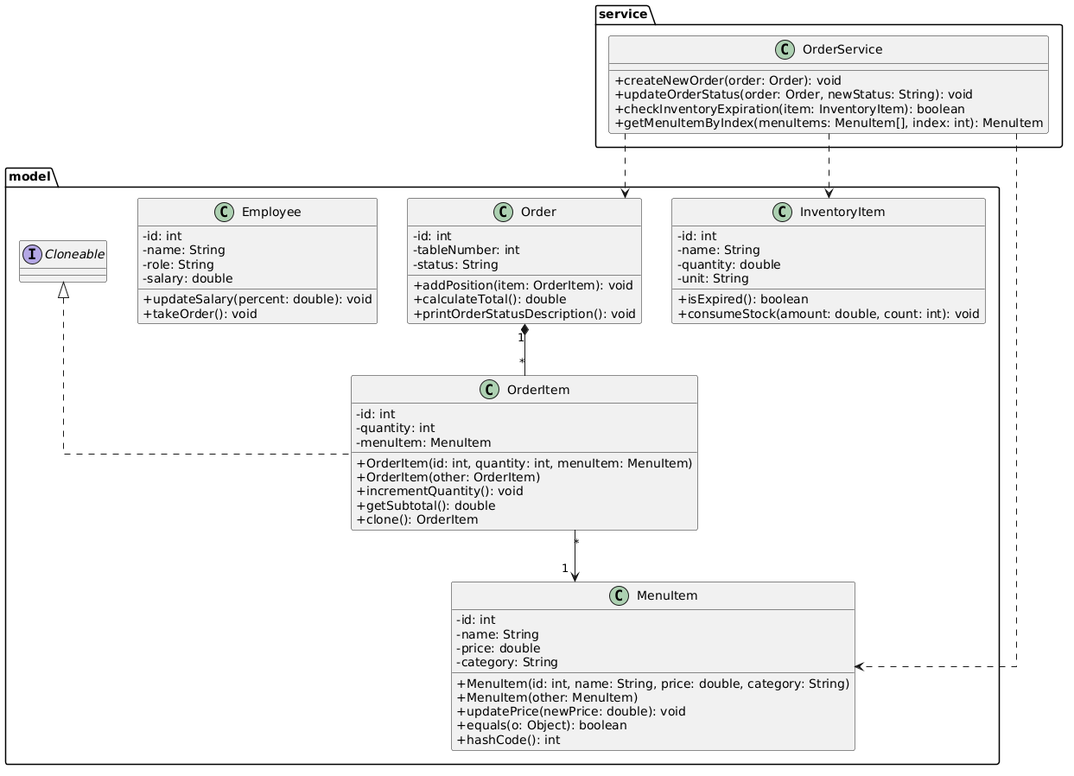
Above: doc/class_diagram.png in NCJavaCode/Java26_Sukhova (PlantUML), before the change.
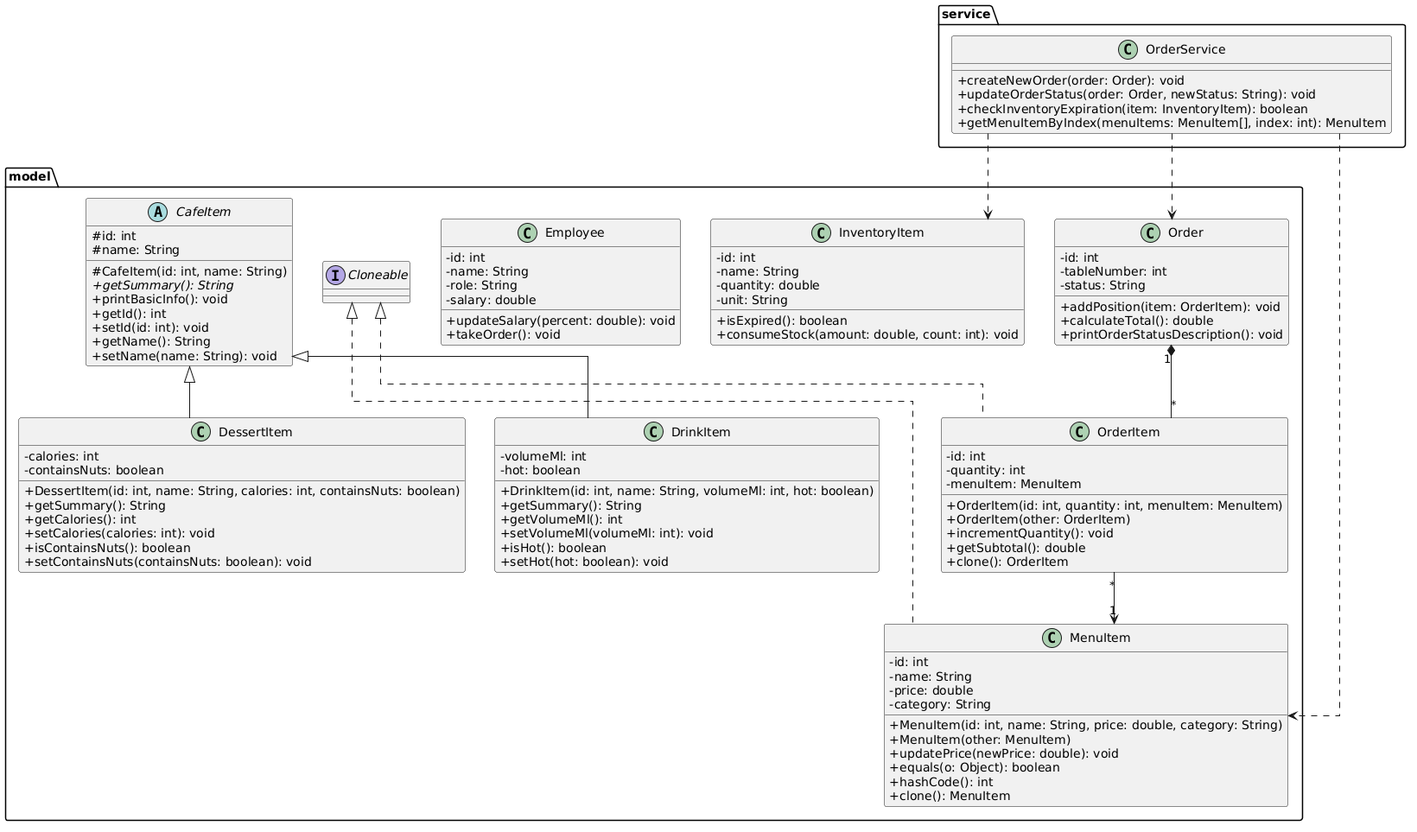
After the commit.

Commit message:
Реалізувала принципи інкапсуляції, абстрагування та спадкування. Оновила UML-діаграму та README.md.

Change to the diagram source:
```diff
@@ -14,6 +14,40 @@
 
 package "model" {
   interface Cloneable
+
+  abstract class CafeItem {
+    #id: int
+    #name: String
+    #CafeItem(id: int, name: String)
+    +{abstract} getSummary(): String
+    +printBasicInfo(): void
+    +getId(): int
+    +setId(id: int): void
+    +getName(): String
+    +setName(name: String): void
+  }
+
+  class DrinkItem {
+    -volumeMl: int
+    -hot: boolean
+    +DrinkItem(id: int, name: String, volumeMl: int, hot: boolean)
+    +getSummary(): String
+    +getVolumeMl(): int
+    +setVolumeMl(volumeMl: int): void
+    +isHot(): boolean
+    +setHot(hot: boolean): void
+  }
+
+  class DessertItem {
+    -calories: int
+    -containsNuts: boolean
+    +DessertItem(id: int, name: String, calories: int, containsNuts: boolean)
+    +getSummary(): String
+    +getCalories(): int
+    +setCalories(calories: int): void
+    +isContainsNuts(): boolean
+    +setContainsNuts(containsNuts: boolean): void
+  }
 
   class Employee {
     -id: int
@@ -63,10 +97,15 @@
     +updatePrice(newPrice: double): void
     +equals(o: Object): boolean
     +hashCode(): int
+    +clone(): MenuItem
   }
 }
 
+CafeItem <|-- DrinkItem
+CafeItem <|-- DessertItem
 Cloneable <|.. OrderItem
+Cloneable <|.. MenuItem
+
 OrderService ..> Order
 OrderService ..> InventoryItem
 OrderService ..> MenuItem
```
